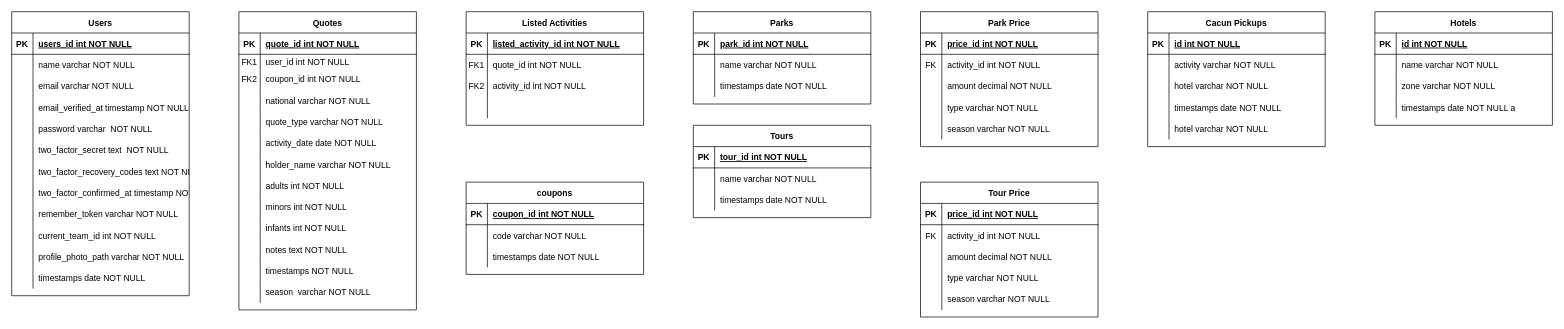
Before: Diagrama sin título.drawio in Pcbtroniks/quote, a draw.io diagram. Source tidied: cells renumbered, new cells numbered last; positions are measured from the earlier drawing's top-left corner, leaving out a move shared by most shapes. Both pictures are drawn from the tidied source at 71%, with x=0, y=0 at pixel (11, 11).
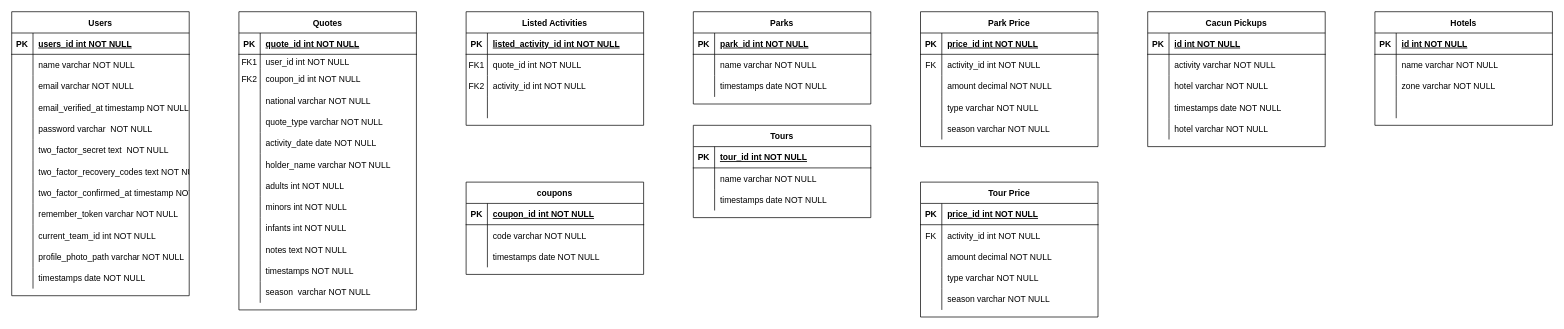
The same page after the edit.

Unchanged cells that the change refers to:
```xml
<mxCell id="180" style="shape=partialRectangle;fillColor=none;top=0;left=0;right=0;bottom=0;" parent="170" vertex="1">
  <mxGeometry y="120" width="250" height="30" as="geometry" />
</mxCell>
```

What changed in the source:
```diff
@@
-    <mxCell id="182" value="timestamps date NOT NULL a" style="shape=partialRectangle;overflow=hidden;fillColor=none;top=0;left=0;bottom=0;right=0;align=left;spacingLeft=6;" parent="180" vertex="1">
+    <mxCell id="182" style="shape=partialRectangle;overflow=hidden;fillColor=none;top=0;left=0;bottom=0;right=0;align=left;spacingLeft=6;" parent="180" vertex="1">
       <mxGeometry x="30" width="220" height="30" as="geometry" />
     </mxCell>
```
